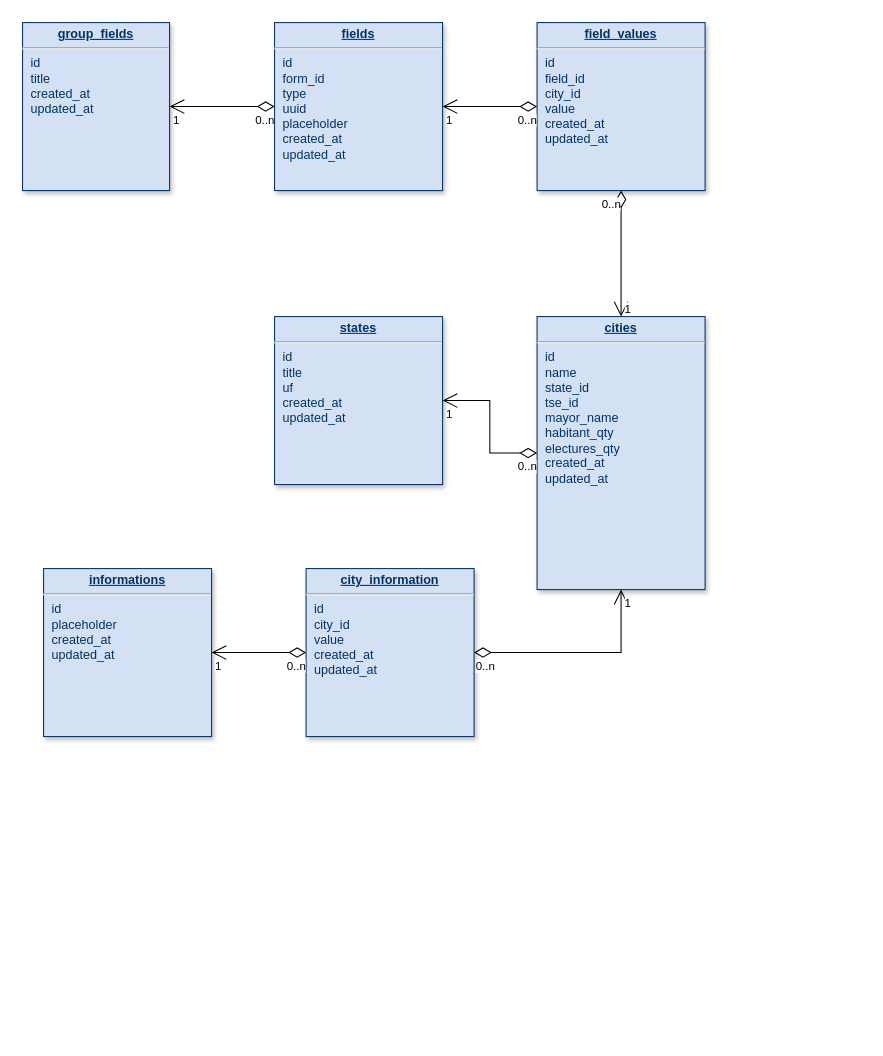
Before: static-assets/mer.drawio in rodolfoneto/mapa-eleitoral, a draw.io diagram. Source tidied: cells renumbered, new cells numbered last; positions are measured from the earlier drawing's top-left corner, leaving out a move shared by most shapes. Both pictures are drawn from the tidied source at 105%, with x=0, y=0 at pixel (22, 22).
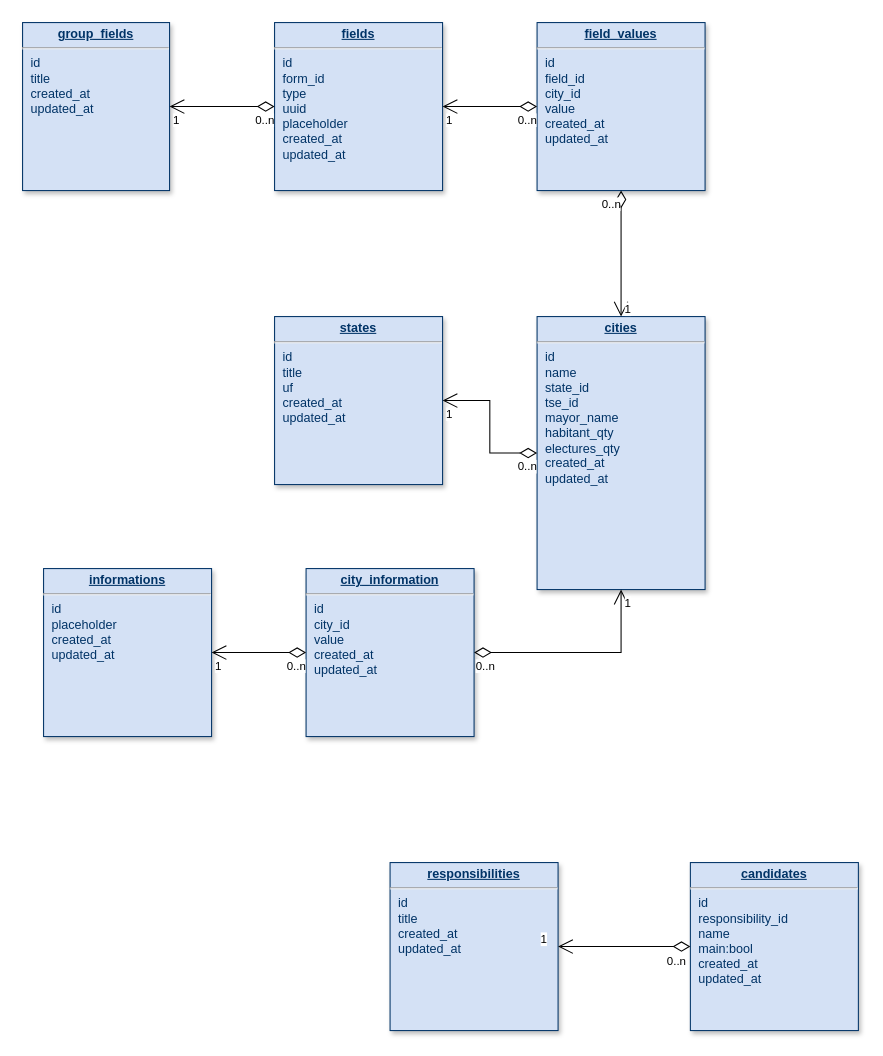
The same diagram, later.

Diff of the diagram source:
```diff
@@
+    <mxCell id="28" value="&lt;p style=&quot;margin: 0px ; margin-top: 4px ; text-align: center ; text-decoration: underline&quot;&gt;&lt;b&gt;candidates&lt;/b&gt;&lt;/p&gt;&lt;hr&gt;&lt;p style=&quot;margin: 0px ; margin-left: 8px&quot;&gt;id&lt;/p&gt;&lt;p style=&quot;margin: 0px ; margin-left: 8px&quot;&gt;responsibility_id&lt;br&gt;&lt;/p&gt;&lt;p style=&quot;margin: 0px ; margin-left: 8px&quot;&gt;name&lt;/p&gt;&lt;p style=&quot;margin: 0px ; margin-left: 8px&quot;&gt;main:bool&lt;/p&gt;&lt;p style=&quot;margin: 0px ; margin-left: 8px&quot;&gt;created_at&lt;/p&gt;&lt;p style=&quot;margin: 0px ; margin-left: 8px&quot;&gt;updated_at&lt;/p&gt;" style="verticalAlign=top;align=left;overflow=fill;fontSize=12;fontFamily=Helvetica;html=1;strokeColor=#003366;shadow=1;fillColor=#D4E1F5;fontColor=#003366;" parent="1" vertex="1">
+      <mxGeometry x="636" y="800" width="160" height="160" as="geometry" />
+    </mxCell>
+    <mxCell id="29" value="&lt;p style=&quot;margin: 4px 0px 0px; text-align: center;&quot;&gt;&lt;b&gt;&lt;u&gt;responsibilities&lt;/u&gt;&lt;/b&gt;&lt;br&gt;&lt;/p&gt;&lt;hr&gt;&lt;p style=&quot;margin: 0px ; margin-left: 8px&quot;&gt;id&lt;/p&gt;&lt;p style=&quot;margin: 0px ; margin-left: 8px&quot;&gt;title&lt;/p&gt;&lt;p style=&quot;margin: 0px ; margin-left: 8px&quot;&gt;created_at&lt;/p&gt;&lt;p style=&quot;margin: 0px ; margin-left: 8px&quot;&gt;updated_at&lt;/p&gt;" style="verticalAlign=top;align=left;overflow=fill;fontSize=12;fontFamily=Helvetica;html=1;strokeColor=#003366;shadow=1;fillColor=#D4E1F5;fontColor=#003366;" parent="1" vertex="1">
+      <mxGeometry x="350" y="800" width="160" height="160" as="geometry" />
+    </mxCell>
+    <mxCell id="30" style="endArrow=open;html=1;endSize=12;startArrow=diamondThin;startSize=14;startFill=0;edgeStyle=orthogonalEdgeStyle;rounded=0;entryX=1;entryY=0.5;entryDx=0;entryDy=0;exitX=0;exitY=0.5;exitDx=0;exitDy=0;" parent="1" edge="1" source="28" target="29">
+      <mxGeometry relative="1" as="geometry" />
+    </mxCell>
+    <mxCell id="31" value="0..n" style="edgeLabel;html=1;align=left;verticalAlign=top;" parent="30" vertex="1">
+      <mxGeometry x="-1" relative="1" as="geometry">
+        <mxPoint x="-24" y="1" as="offset" />
+      </mxGeometry>
+    </mxCell>
+    <mxCell id="32" value="1" style="edgeLabel;html=1;align=right;verticalAlign=top;" parent="30" vertex="1">
+      <mxGeometry x="1" relative="1" as="geometry">
+        <mxPoint x="-10" y="-20" as="offset" />
+      </mxGeometry>
+    </mxCell>
```
